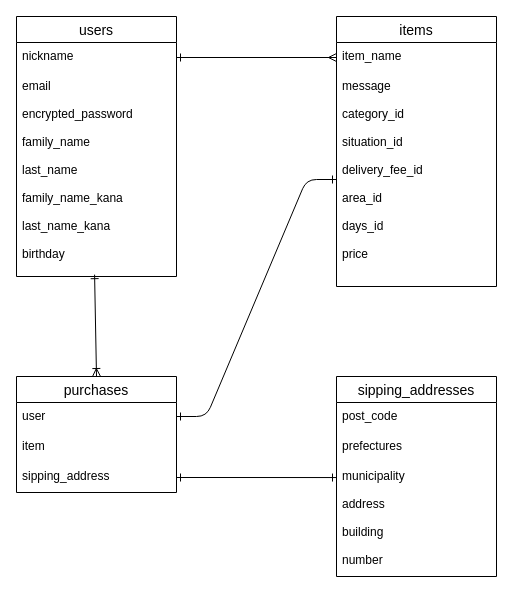
This is test.dio from fune2723/furima-37017, a draw.io file, before an edit. Source tidied: cells renumbered, new cells numbered last; positions are measured from the earlier drawing's top-left corner, leaving out a move shared by most shapes. Both pictures are drawn from the tidied source at 100%, with x=0, y=0 at pixel (16, 16).
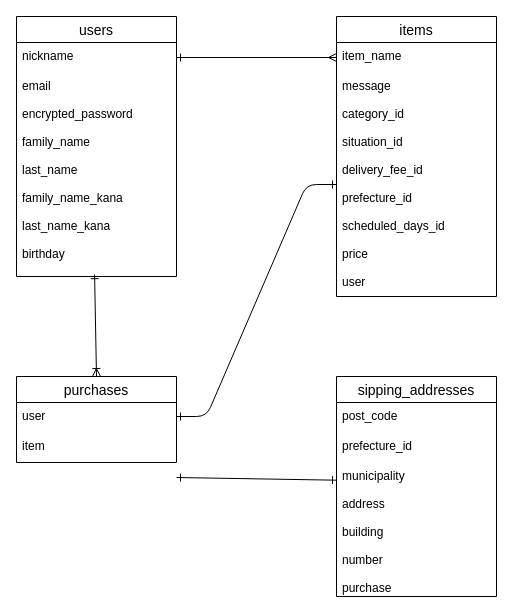
The same diagram, later.

What changed in the source:
```diff
@@
     <mxCell id="5" value="items" style="swimlane;fontStyle=0;horizontal=1;startSize=26;align=center;fontSize=14;direction=east;" parent="1" vertex="1">
-      <mxGeometry x="320" width="160" height="270" as="geometry" />
+      <mxGeometry x="320" width="160" height="280" as="geometry" />
     </mxCell>
@@
-    <mxCell id="7" value="message&#10;&#10;category_id&#10;&#10;situation_id&#10;&#10;delivery_fee_id&#10;&#10;area_id&#10;&#10;days_id&#10;&#10;price" style="text;strokeColor=none;fillColor=none;spacingLeft=4;spacingRight=4;overflow=hidden;points=[[0,0.5],[1,0.5]];portConstraint=eastwest;fontSize=12;" parent="5" vertex="1">
-      <mxGeometry y="56" width="160" height="214" as="geometry" />
+    <mxCell id="7" value="message&#10;&#10;category_id&#10;&#10;situation_id&#10;&#10;delivery_fee_id&#10;&#10;prefecture_id&#10;&#10;scheduled_days_id&#10;&#10;price&#10;&#10;user&#10;" style="text;strokeColor=none;fillColor=none;spacingLeft=4;spacingRight=4;overflow=hidden;points=[[0,0.5],[1,0.5]];portConstraint=eastwest;fontSize=12;" parent="5" vertex="1">
+      <mxGeometry y="56" width="160" height="224" as="geometry" />
     </mxCell>
     <mxCell id="8" value="purchases" style="swimlane;fontStyle=0;horizontal=1;startSize=26;align=center;fontSize=14;" parent="1" vertex="1">
-      <mxGeometry y="360" width="160" height="116" as="geometry" />
+      <mxGeometry y="360" width="160" height="86" as="geometry" />
     </mxCell>
@@
-    <mxCell id="11" value="sipping_address" style="text;strokeColor=none;fillColor=none;spacingLeft=4;spacingRight=4;overflow=hidden;points=[[0,0.5],[1,0.5]];portConstraint=eastwest;fontSize=12;" parent="8" vertex="1">
-      <mxGeometry y="86" width="160" height="30" as="geometry" />
-    </mxCell>
@@
     <mxCell id="13" value="sipping_addresses" style="swimlane;fontStyle=0;horizontal=1;startSize=26;align=center;fontSize=14;" parent="1" vertex="1">
-      <mxGeometry x="320" y="360" width="160" height="200" as="geometry" />
+      <mxGeometry x="320" y="360" width="160" height="220" as="geometry" />
     </mxCell>
@@
-    <mxCell id="15" value="prefectures" style="text;strokeColor=none;fillColor=none;spacingLeft=4;spacingRight=4;overflow=hidden;fontSize=12;" parent="13" vertex="1">
+    <mxCell id="15" value="prefecture_id" style="text;strokeColor=none;fillColor=none;spacingLeft=4;spacingRight=4;overflow=hidden;fontSize=12;" parent="13" vertex="1">
       <mxGeometry y="56" width="160" height="30" as="geometry" />
     </mxCell>
-    <mxCell id="16" value="municipality&#10;&#10;address&#10;&#10;building&#10;&#10;number" style="text;strokeColor=none;fillColor=none;spacingLeft=4;spacingRight=4;overflow=hidden;points=[[0,0.5],[1,0.5]];portConstraint=eastwest;fontSize=12;" parent="13" vertex="1">
-      <mxGeometry y="86" width="160" height="114" as="geometry" />
+    <mxCell id="16" value="municipality&#10;&#10;address&#10;&#10;building&#10;&#10;number&#10;&#10;purchase" style="text;strokeColor=none;fillColor=none;spacingLeft=4;spacingRight=4;overflow=hidden;points=[[0,0.5],[1,0.5]];portConstraint=eastwest;fontSize=12;" parent="13" vertex="1">
+      <mxGeometry y="86" width="160" height="134" as="geometry" />
     </mxCell>
@@
-    <mxCell id="18" style="edgeStyle=none;html=1;exitX=1;exitY=0.5;exitDx=0;exitDy=0;entryX=0;entryY=0.132;entryDx=0;entryDy=0;entryPerimeter=0;startArrow=ERone;startFill=0;endArrow=ERone;endFill=0;strokeColor=default;" parent="1" edge="1" source="11" target="16">
-      <mxGeometry relative="1" as="geometry" />
+    <mxCell id="18" style="edgeStyle=none;html=1;exitX=1;exitY=0.5;exitDx=0;exitDy=0;entryX=0;entryY=0.132;entryDx=0;entryDy=0;entryPerimeter=0;startArrow=ERone;startFill=0;endArrow=ERone;endFill=0;strokeColor=default;" parent="1" edge="1" target="16">
+      <mxGeometry relative="1" as="geometry">
+        <mxPoint x="160" y="461" as="sourcePoint" />
+      </mxGeometry>
     </mxCell>
```
